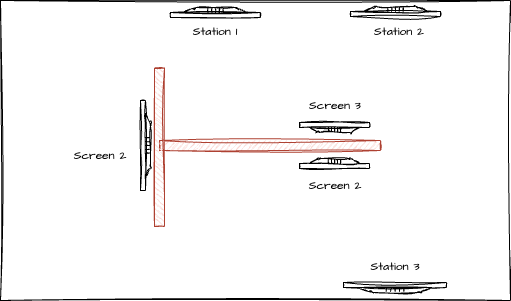
This is static/studio.png from GenAIStudioSthlm/screen-mgr, a draw.io export, as it was before one commit. Source tidied: cells renumbered, new cells last; positions are measured from the earlier drawing's top-left corner, leaving out a move shared by most shapes.
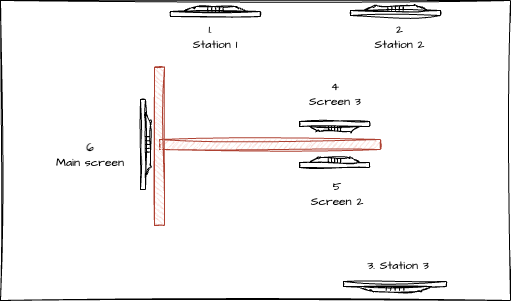
After the change.

Diff of the diagram source:
```diff
@@ -3,7 +3,7 @@
     <mxCell id="0" />
     <mxCell id="1" parent="0" />
     <mxCell id="2" style="rounded=0;whiteSpace=wrap;html=1;sketch=1;hachureGap=4;jiggle=2;curveFitting=1;fontFamily=Architects Daughter;fontSource=https%3A%2F%2Ffonts.googleapis.com%2Fcss%3Ffamily%3DArchitects%2BDaughter;" parent="1" vertex="1">
-      <mxGeometry width="510" height="300" as="geometry" />
+      <mxGeometry y="1" width="510" height="300" as="geometry" />
     </mxCell>
     <mxCell id="3" style="verticalLabelPosition=bottom;html=1;verticalAlign=top;align=center;shape=mxgraph.floorplan.flat_tv;sketch=1;hachureGap=4;jiggle=2;curveFitting=1;fontFamily=Architects Daughter;fontSource=https%3A%2F%2Ffonts.googleapis.com%2Fcss%3Ffamily%3DArchitects%2BDaughter;" parent="1" vertex="1">
       <mxGeometry x="350" y="6" width="90" height="10" as="geometry" />
@@ -29,23 +29,23 @@
     <mxCell id="10" style="verticalLabelPosition=bottom;html=1;verticalAlign=top;align=center;shape=mxgraph.floorplan.flat_tv;sketch=1;hachureGap=4;jiggle=2;curveFitting=1;fontFamily=Architects Daughter;fontSource=https%3A%2F%2Ffonts.googleapis.com%2Fcss%3Ffamily%3DArchitects%2BDaughter;rotation=90;" parent="1" vertex="1">
       <mxGeometry x="100" y="140" width="90" height="10" as="geometry" />
     </mxCell>
-    <mxCell id="11" value="Station 1" style="text;html=1;align=center;verticalAlign=middle;whiteSpace=wrap;rounded=0;fontFamily=Architects Daughter;fontSource=https%3A%2F%2Ffonts.googleapis.com%2Fcss%3Ffamily%3DArchitects%2BDaughter;" parent="1" vertex="1">
-      <mxGeometry x="185" y="17" width="60" height="30" as="geometry" />
+    <mxCell id="11" value="1.&amp;nbsp;&amp;nbsp;&lt;div&gt;Station 1&lt;/div&gt;" style="text;html=1;align=center;verticalAlign=middle;whiteSpace=wrap;rounded=0;fontFamily=Architects Daughter;fontSource=https%3A%2F%2Ffonts.googleapis.com%2Fcss%3Ffamily%3DArchitects%2BDaughter;" parent="1" vertex="1">
+      <mxGeometry x="185" y="23" width="60" height="30" as="geometry" />
     </mxCell>
-    <mxCell id="12" value="Station 2" style="text;html=1;align=center;verticalAlign=middle;whiteSpace=wrap;rounded=0;fontFamily=Architects Daughter;fontSource=https%3A%2F%2Ffonts.googleapis.com%2Fcss%3Ffamily%3DArchitects%2BDaughter;" parent="1" vertex="1">
-      <mxGeometry x="369" y="17" width="60" height="30" as="geometry" />
+    <mxCell id="12" value="2&lt;div&gt;Station 2&lt;/div&gt;" style="text;html=1;align=center;verticalAlign=middle;whiteSpace=wrap;rounded=0;fontFamily=Architects Daughter;fontSource=https%3A%2F%2Ffonts.googleapis.com%2Fcss%3Ffamily%3DArchitects%2BDaughter;" parent="1" vertex="1">
+      <mxGeometry x="359" y="23" width="81" height="30" as="geometry" />
     </mxCell>
-    <mxCell id="13" value="Station 3" style="text;html=1;align=center;verticalAlign=middle;whiteSpace=wrap;rounded=0;fontFamily=Architects Daughter;fontSource=https%3A%2F%2Ffonts.googleapis.com%2Fcss%3Ffamily%3DArchitects%2BDaughter;" parent="1" vertex="1">
-      <mxGeometry x="364.5" y="252" width="60" height="30" as="geometry" />
+    <mxCell id="13" value="3. Station 3" style="text;html=1;align=center;verticalAlign=middle;whiteSpace=wrap;rounded=0;fontFamily=Architects Daughter;fontSource=https%3A%2F%2Ffonts.googleapis.com%2Fcss%3Ffamily%3DArchitects%2BDaughter;" parent="1" vertex="1">
+      <mxGeometry x="354.5" y="252" width="85.5" height="30" as="geometry" />
     </mxCell>
-    <mxCell id="14" value="Screen 2" style="text;html=1;align=center;verticalAlign=middle;whiteSpace=wrap;rounded=0;fontFamily=Architects Daughter;fontSource=https%3A%2F%2Ffonts.googleapis.com%2Fcss%3Ffamily%3DArchitects%2BDaughter;" parent="1" vertex="1">
-      <mxGeometry x="304.5" y="171" width="60" height="30" as="geometry" />
+    <mxCell id="14" value="5&lt;div&gt;Screen 2&lt;/div&gt;" style="text;html=1;align=center;verticalAlign=middle;whiteSpace=wrap;rounded=0;fontFamily=Architects Daughter;fontSource=https%3A%2F%2Ffonts.googleapis.com%2Fcss%3Ffamily%3DArchitects%2BDaughter;" parent="1" vertex="1">
+      <mxGeometry x="303.5" y="180" width="65.5" height="29" as="geometry" />
     </mxCell>
-    <mxCell id="15" value="Screen 3" style="text;html=1;align=center;verticalAlign=middle;whiteSpace=wrap;rounded=0;fontFamily=Architects Daughter;fontSource=https%3A%2F%2Ffonts.googleapis.com%2Fcss%3Ffamily%3DArchitects%2BDaughter;" parent="1" vertex="1">
-      <mxGeometry x="304.5" y="91" width="60" height="30" as="geometry" />
+    <mxCell id="15" value="4&lt;div&gt;Screen 3&lt;/div&gt;" style="text;html=1;align=center;verticalAlign=middle;whiteSpace=wrap;rounded=0;fontFamily=Architects Daughter;fontSource=https%3A%2F%2Ffonts.googleapis.com%2Fcss%3Ffamily%3DArchitects%2BDaughter;" parent="1" vertex="1">
+      <mxGeometry x="304.5" y="80" width="60" height="30" as="geometry" />
     </mxCell>
-    <mxCell id="16" value="Screen 2" style="text;html=1;align=center;verticalAlign=middle;whiteSpace=wrap;rounded=0;fontFamily=Architects Daughter;fontSource=https%3A%2F%2Ffonts.googleapis.com%2Fcss%3Ffamily%3DArchitects%2BDaughter;rotation=0;" parent="1" vertex="1">
-      <mxGeometry x="70" y="141" width="60" height="30" as="geometry" />
+    <mxCell id="16" value="&lt;b&gt;6&lt;/b&gt;&lt;div&gt;Main screen&lt;/div&gt;" style="text;html=1;align=center;verticalAlign=middle;whiteSpace=wrap;rounded=0;fontFamily=Architects Daughter;fontSource=https%3A%2F%2Ffonts.googleapis.com%2Fcss%3Ffamily%3DArchitects%2BDaughter;rotation=0;" parent="1" vertex="1">
+      <mxGeometry x="50" y="141" width="80" height="30" as="geometry" />
     </mxCell>
   </root>
 </mxGraphModel>
```
